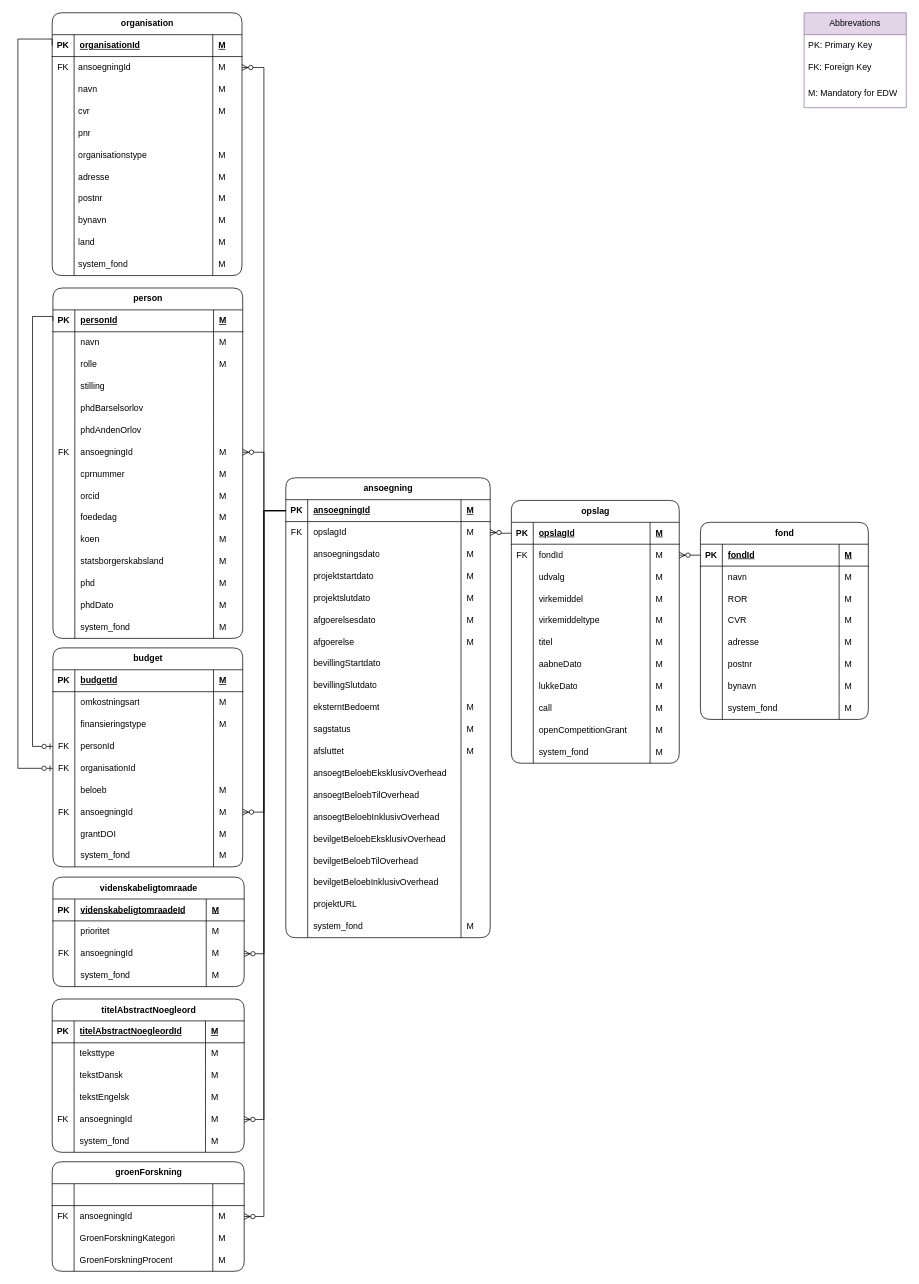
thomas-lange-dk/Grants keeps this draw.io diagram as page "Ny EDW" (4 of 5) of Grants model.drawio. Above is the earlier version. Source tidied: cells renumbered, new cells numbered last; positions are measured from the earlier drawing's top-left corner, leaving out a move shared by most shapes. Both pictures are drawn from the tidied source at 73%, with x=0, y=0 at pixel (18, 12).
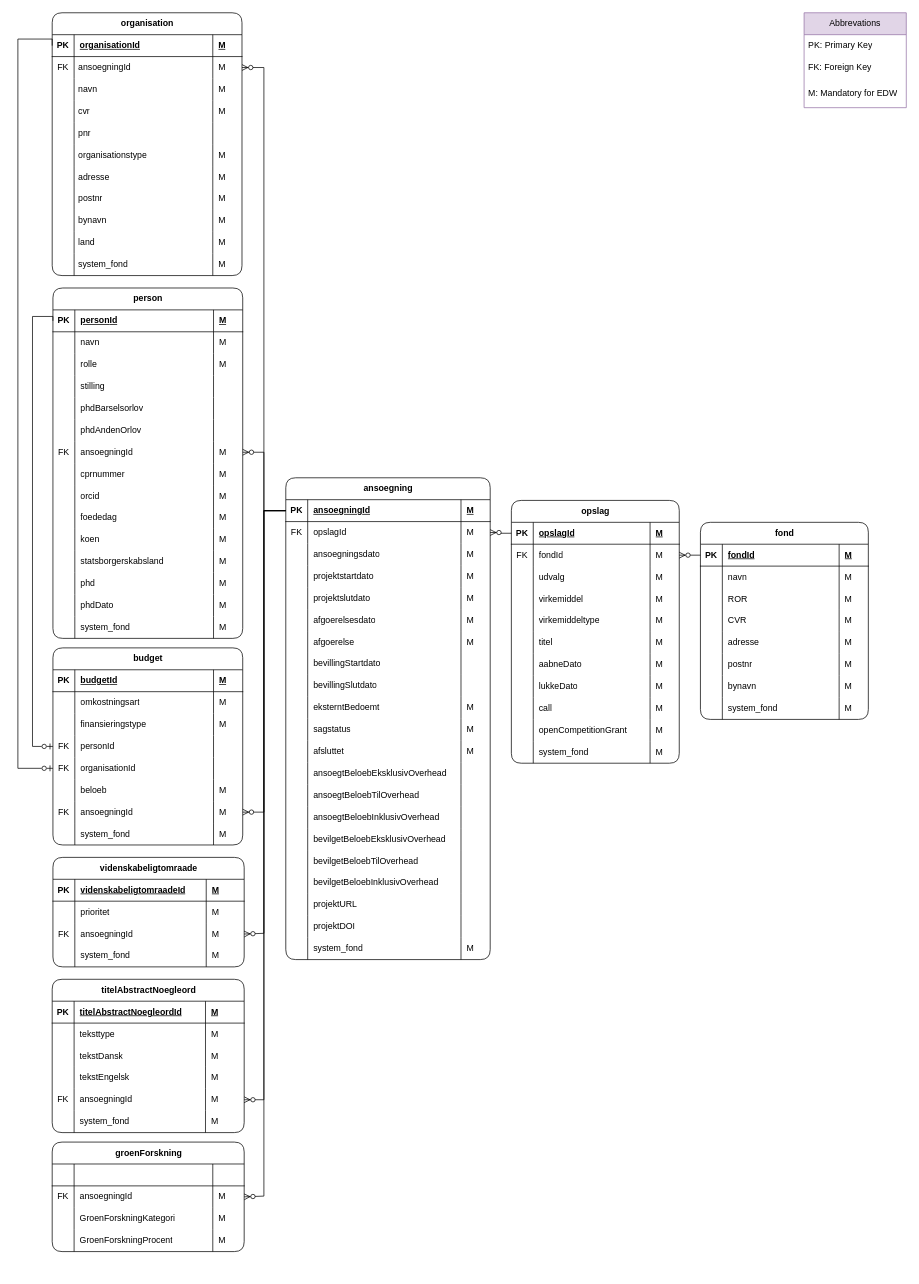
The same diagram, later.

The change refers to these unchanged cells:
```xml
<mxCell id="67" value="M" style="shape=partialRectangle;fillColor=none;top=0;left=0;bottom=0;right=0;align=left;spacingLeft=6;overflow=hidden;whiteSpace=wrap;html=1;shadow=0;" parent="64" vertex="1">
  <mxGeometry x="210" width="53" height="30" as="geometry" />
</mxCell>
<mxCell id="84" value="M" style="shape=partialRectangle;fillColor=none;top=0;left=0;bottom=0;right=0;align=left;spacingLeft=6;overflow=hidden;whiteSpace=wrap;html=1;shadow=0;" parent="81" vertex="1">
  <mxGeometry x="210" width="52" height="30" as="geometry" />
</mxCell>
<mxCell id="140" style="shape=tableRow;horizontal=0;startSize=0;swimlaneHead=0;swimlaneBody=0;fillColor=none;points=[[0,0.5],[1,0.5]];portConstraint=eastwest;top=0;left=0;right=0;bottom=1;shadow=0;" parent="139" vertex="1">
  <mxGeometry y="30" width="280" height="30" as="geometry" />
</mxCell>
<mxCell id="141" value="PK" style="shape=partialRectangle;fillColor=none;top=0;left=0;bottom=0;right=0;fontStyle=1;overflow=hidden;whiteSpace=wrap;html=1;shadow=0;" parent="140" vertex="1">
  <mxGeometry width="30" height="30" as="geometry" />
</mxCell>
<mxCell id="364" style="shape=tableRow;horizontal=0;startSize=0;swimlaneHead=0;swimlaneBody=0;fillColor=none;points=[[0,0.5],[1,0.5]];portConstraint=eastwest;top=0;left=0;right=0;bottom=0;shadow=0;" parent="359" vertex="1">
  <mxGeometry y="60" width="263" height="30" as="geometry" />
</mxCell>
```

What changed in the source:
```diff
@@
     <mxCell id="47" value="titelAbstractNoegleord" style="shape=table;startSize=30;childLayout=tableLayout;rowLines=0;fontStyle=1;align=center;html=1;shadow=0;rounded=1;" parent="1" vertex="1">
-      <mxGeometry x="47" y="1351" width="263" height="210" as="geometry" />
+      <mxGeometry x="47" y="1324" width="263" height="210" as="geometry" />
     </mxCell>
@@
     <mxCell id="72" value="videnskabeligtomraade" style="shape=table;startSize=30;childLayout=tableLayout;rowLines=0;fontStyle=1;align=center;html=1;shadow=0;rounded=1;" parent="1" vertex="1">
-      <mxGeometry x="48" y="1184" width="262" height="150" as="geometry" />
+      <mxGeometry x="48" y="1157" width="262" height="150" as="geometry" />
     </mxCell>
@@
     <mxCell id="134" style="edgeStyle=orthogonalEdgeStyle;fontSize=12;html=1;endArrow=ERzeroToMany;endFill=1;rounded=0;shadow=0;entryX=1;entryY=0.5;entryDx=0;entryDy=0;" parent="1" edge="1" source="140" target="84">
       <mxGeometry relative="1" as="geometry">
         <Array as="points">
           <mxPoint x="337" y="682" />
-          <mxPoint x="337" y="1289" />
+          <mxPoint x="337" y="1261" />
+          <mxPoint x="310" y="1261" />
         </Array>
       </mxGeometry>
     </mxCell>
@@
     <mxCell id="139" value="ansoegning" style="shape=table;startSize=30;childLayout=tableLayout;rowLines=0;fontStyle=1;align=center;html=1;swimlaneLine=1;shadow=0;rounded=1;swimlaneFillColor=none;" parent="1" vertex="1">
-      <mxGeometry x="367" y="637" width="280" height="630" as="geometry" />
+      <mxGeometry x="367" y="637" width="280" height="660" as="geometry" />
     </mxCell>
@@
+    <mxCell id="377" style="shape=tableRow;horizontal=0;startSize=0;swimlaneHead=0;swimlaneBody=0;fillColor=none;top=0;left=0;right=0;bottom=0;shadow=0;" parent="139" vertex="1">
+      <mxGeometry y="600" width="280" height="30" as="geometry" />
+    </mxCell>
+    <mxCell id="311" style="shape=partialRectangle;fillColor=none;top=0;left=0;bottom=0;right=0;overflow=hidden;whiteSpace=wrap;html=1;shadow=0;" parent="377" vertex="1">
+      <mxGeometry width="30" height="30" as="geometry" />
+    </mxCell>
+    <mxCell id="378" value="projektDOI" style="shape=partialRectangle;fillColor=none;top=0;left=0;bottom=0;right=0;align=left;spacingLeft=6;overflow=hidden;whiteSpace=wrap;html=1;shadow=0;" parent="377" vertex="1">
+      <mxGeometry x="30" width="210" height="30" as="geometry" />
+    </mxCell>
+    <mxCell id="379" style="shape=partialRectangle;fillColor=none;top=0;left=0;bottom=0;right=0;align=left;spacingLeft=6;overflow=hidden;whiteSpace=wrap;html=1;shadow=0;" parent="377" vertex="1">
+      <mxGeometry x="240" width="40" height="30" as="geometry" />
+    </mxCell>
     <mxCell id="216" style="shape=tableRow;horizontal=0;startSize=0;swimlaneHead=0;swimlaneBody=0;fillColor=none;top=0;left=0;right=0;bottom=0;shadow=0;" parent="139" vertex="1">
-      <mxGeometry y="600" width="280" height="30" as="geometry" />
+      <mxGeometry y="630" width="280" height="30" as="geometry" />
     </mxCell>
@@
     <mxCell id="281" value="budget" style="shape=table;startSize=30;childLayout=tableLayout;rowLines=0;fontStyle=1;align=center;html=1;shadow=0;rounded=1;" parent="1" vertex="1">
-      <mxGeometry x="48" y="870" width="260" height="300" as="geometry" />
+      <mxGeometry x="48" y="870" width="260" height="270" as="geometry" />
     </mxCell>
@@
-    <mxCell id="310" style="shape=tableRow;horizontal=0;startSize=0;swimlaneHead=0;swimlaneBody=0;fillColor=none;top=0;left=0;right=0;bottom=0;shadow=0;" parent="281" vertex="1">
-      <mxGeometry y="240" width="260" height="30" as="geometry" />
-    </mxCell>
-    <mxCell id="311" style="shape=partialRectangle;fillColor=none;top=0;left=0;bottom=0;right=0;overflow=hidden;whiteSpace=wrap;html=1;shadow=0;" parent="310" vertex="1">
-      <mxGeometry width="30" height="30" as="geometry" />
-    </mxCell>
-    <mxCell id="312" value="grantDOI" style="shape=partialRectangle;fillColor=none;top=0;left=0;bottom=0;right=0;align=left;spacingLeft=6;overflow=hidden;whiteSpace=wrap;html=1;shadow=0;" parent="310" vertex="1">
-      <mxGeometry x="30" width="190" height="30" as="geometry" />
-    </mxCell>
-    <mxCell id="313" value="M" style="shape=partialRectangle;fillColor=none;top=0;left=0;bottom=0;right=0;align=left;spacingLeft=6;overflow=hidden;whiteSpace=wrap;html=1;shadow=0;" parent="310" vertex="1">
-      <mxGeometry x="220" width="40" height="30" as="geometry" />
-    </mxCell>
     <mxCell id="314" style="shape=tableRow;horizontal=0;startSize=0;swimlaneHead=0;swimlaneBody=0;fillColor=none;top=0;left=0;right=0;bottom=0;shadow=0;" parent="281" vertex="1">
-      <mxGeometry y="270" width="260" height="30" as="geometry" />
+      <mxGeometry y="240" width="260" height="30" as="geometry" />
     </mxCell>
@@
     <mxCell id="353" style="edgeStyle=orthogonalEdgeStyle;fontSize=12;html=1;endArrow=ERzeroToMany;endFill=1;rounded=0;shadow=0;exitX=0;exitY=0.5;exitDx=0;exitDy=0;entryX=1;entryY=0.5;entryDx=0;entryDy=0;" parent="1" edge="1" source="141" target="67">
       <mxGeometry relative="1" as="geometry">
         <Array as="points">
           <mxPoint x="337" y="682" />
-          <mxPoint x="337" y="1516" />
+          <mxPoint x="337" y="1489" />
         </Array>
       </mxGeometry>
     </mxCell>
@@
     <mxCell id="359" value="groenForskning" style="shape=table;startSize=30;childLayout=tableLayout;rowLines=0;fontStyle=1;align=center;html=1;shadow=0;rounded=1;" parent="1" vertex="1">
-      <mxGeometry x="47" y="1574" width="263" height="150" as="geometry" />
+      <mxGeometry x="47" y="1547" width="263" height="150" as="geometry" />
     </mxCell>
@@
     <mxCell id="376" style="edgeStyle=orthogonalEdgeStyle;fontSize=12;html=1;endArrow=ERzeroToMany;endFill=1;rounded=0;shadow=0;entryX=1;entryY=0.5;entryDx=0;entryDy=0;exitX=0;exitY=0.5;exitDx=0;exitDy=0;" parent="1" edge="1" source="141" target="364">
       <mxGeometry relative="1" as="geometry">
         <Array as="points">
           <mxPoint x="337" y="682" />
-          <mxPoint x="337" y="1649" />
+          <mxPoint x="337" y="1621" />
+          <mxPoint x="310" y="1621" />
         </Array>
       </mxGeometry>
     </mxCell>
```
